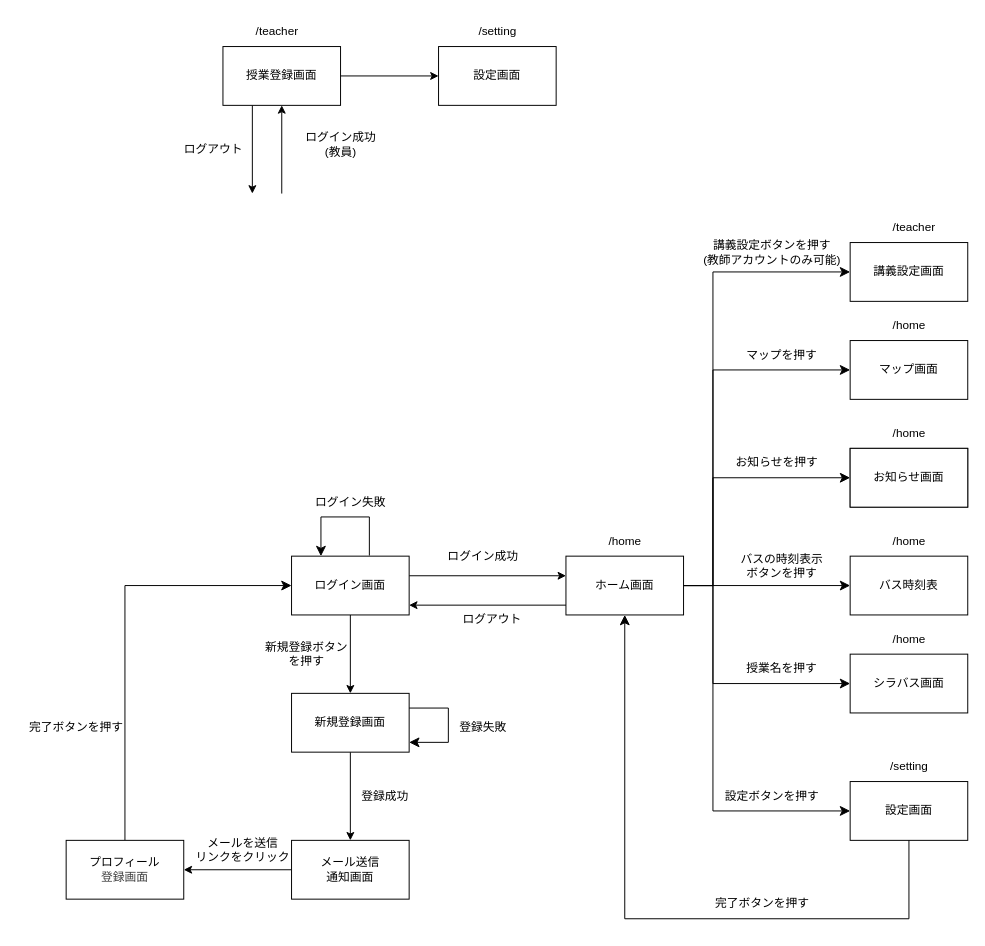
Before: docs/flow.drawio in haru186f/link-plus, a draw.io diagram. Source tidied: cells renumbered, new cells numbered last; positions are measured from the earlier drawing's top-left corner, leaving out a move shared by most shapes. Both pictures are drawn from the tidied source at 98%, with x=0, y=0 at pixel (17, 17).
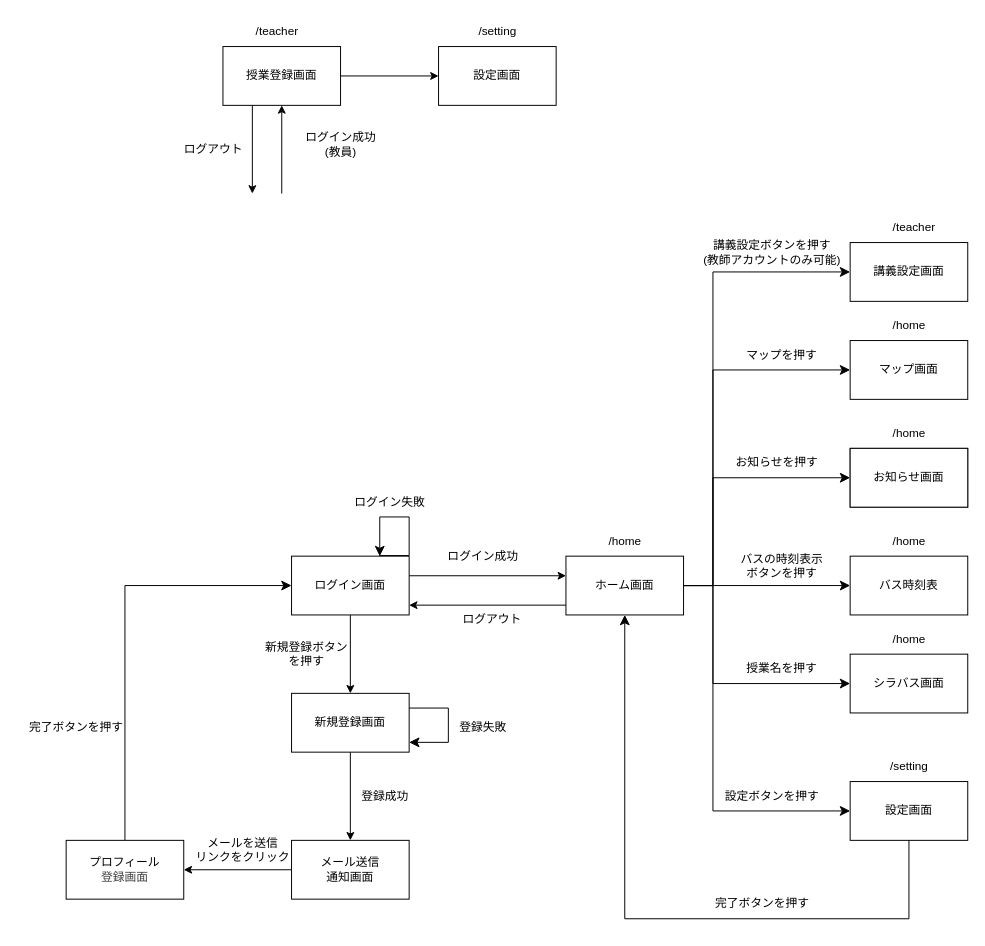
The same page after the edit.

Unchanged cells that the change refers to:
```xml
<mxCell id="5" value="ログイン画面" style="rounded=0;whiteSpace=wrap;html=1;" parent="1" vertex="1">
  <mxGeometry x="280" y="550" width="120" height="60" as="geometry" />
</mxCell>
```

The edit, as a diff of the source:
```diff
@@
-    <mxCell id="7" style="edgeStyle=segmentEdgeStyle;endArrow=classic;html=1;curved=0;rounded=0;endSize=8;startSize=8;entryX=0.25;entryY=0;entryDx=0;entryDy=0;exitX=0.412;exitY=-0.01;exitDx=0;exitDy=0;exitPerimeter=0;" parent="1" edge="1" target="5">
+    <mxCell id="7" style="edgeStyle=segmentEdgeStyle;endArrow=classic;html=1;curved=0;rounded=0;endSize=8;startSize=8;exitX=0.412;exitY=-0.01;exitDx=0;exitDy=0;exitPerimeter=0;" parent="1" edge="1">
       <mxGeometry relative="1" as="geometry">
-        <mxPoint x="359.4" y="549.4" as="sourcePoint" />
+        <mxPoint x="369.4" y="549.4" as="sourcePoint" />
+        <mxPoint x="370" y="550" as="targetPoint" />
         <Array as="points">
-          <mxPoint x="359" y="510" />
-          <mxPoint x="310" y="510" />
+          <mxPoint x="400" y="549" />
+          <mxPoint x="400" y="510" />
+          <mxPoint x="370" y="510" />
+          <mxPoint x="370" y="550" />
         </Array>
       </mxGeometry>
     </mxCell>
     <mxCell id="8" value="ログイン失敗" style="text;html=1;align=center;verticalAlign=middle;strokeColor=none;fillColor=none;" parent="1" vertex="1">
-      <mxGeometry x="290" y="480" width="100" height="30" as="geometry" />
+      <mxGeometry x="330" y="480" width="100" height="30" as="geometry" />
     </mxCell>
```
